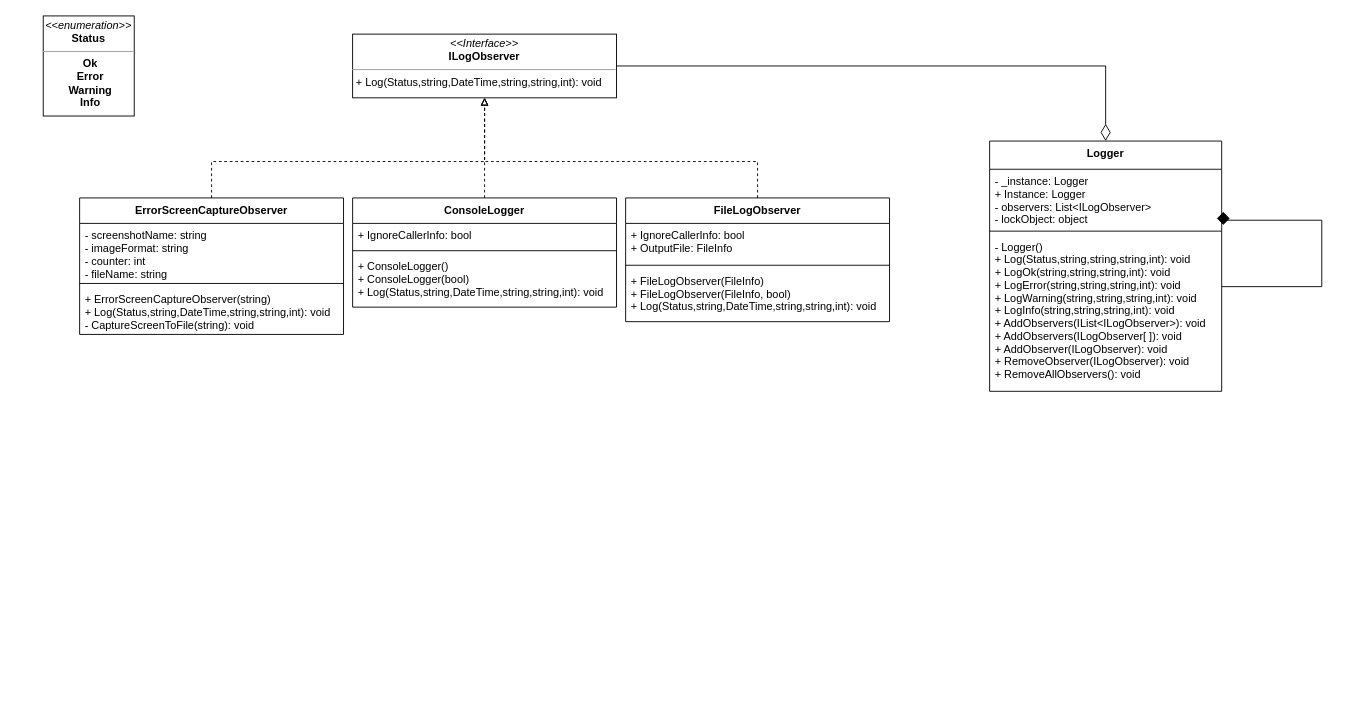
Radu-Lucian/DesignPatterns keeps this draw.io diagram as Diagram/diagram.drawio. Above is the earlier version. Source tidied: cells renumbered, new cells numbered last; positions are measured from the earlier drawing's top-left corner, leaving out a move shared by most shapes. Both pictures are drawn from the tidied source at 91%, with x=0, y=0 at pixel (43, 15).
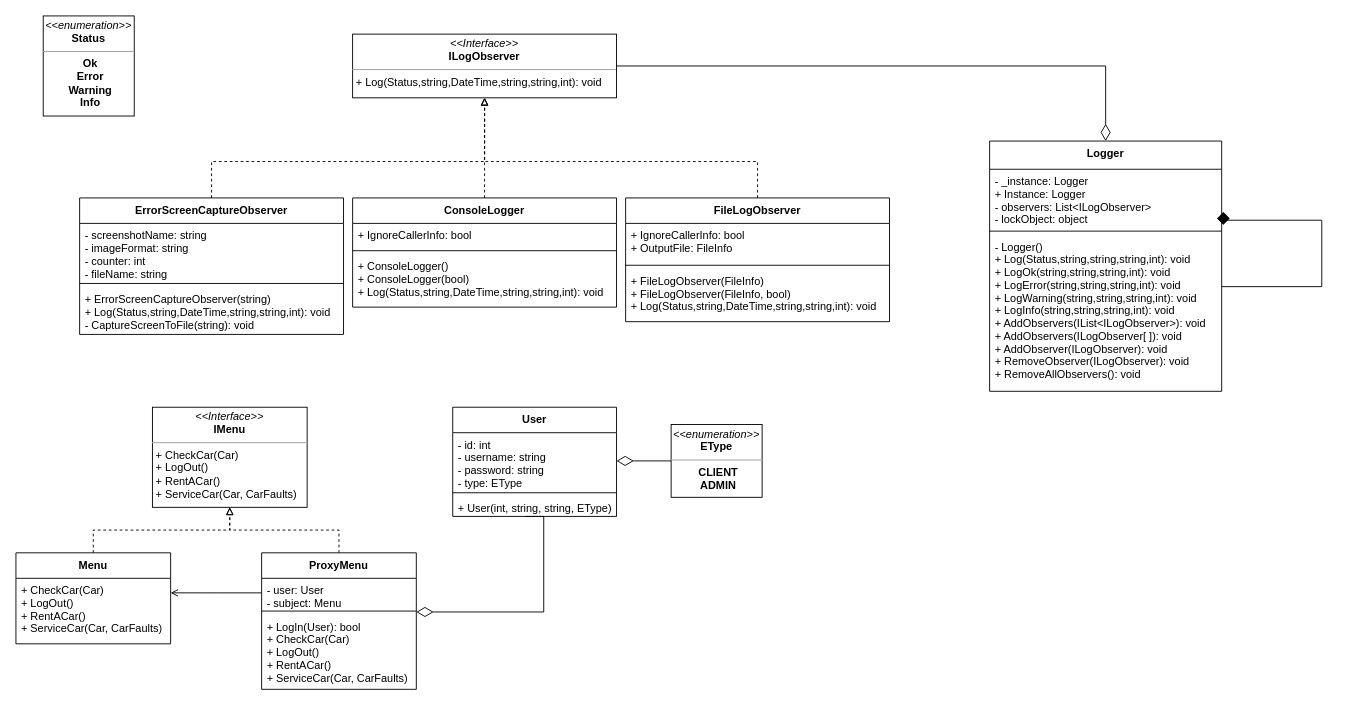
Above is the later version.

Commit message (it also covers changes not shown here):
Added proxy Menu, updated the diagram and created User, Car and CarFaults classes

Diff of the diagram source:
```diff
@@
+    <mxCell id="25" style="edgeStyle=orthogonalEdgeStyle;rounded=0;jettySize=auto;html=1;exitX=0.5;exitY=0;exitDx=0;exitDy=0;entryX=0.5;entryY=1;entryDx=0;entryDy=0;dashed=1;endArrow=block;endFill=0;" parent="1" edge="1" source="29" target="27">
+      <mxGeometry relative="1" as="geometry" />
+    </mxCell>
+    <mxCell id="26" style="edgeStyle=orthogonalEdgeStyle;rounded=0;jettySize=auto;html=1;entryX=0.5;entryY=1;entryDx=0;entryDy=0;dashed=1;endArrow=block;endFill=0;exitX=0.5;exitY=0;exitDx=0;exitDy=0;" parent="1" edge="1" source="31" target="27">
+      <mxGeometry relative="1" as="geometry" />
+    </mxCell>
+    <mxCell id="27" value="&lt;p style=&quot;margin: 0px ; margin-top: 4px ; text-align: center&quot;&gt;&lt;i&gt;&amp;lt;&amp;lt;Interface&amp;gt;&amp;gt;&lt;/i&gt;&lt;br&gt;&lt;b&gt;IMenu&lt;/b&gt;&lt;/p&gt;&lt;hr size=&quot;1&quot;&gt;&lt;p style=&quot;margin: 0px ; margin-left: 4px&quot;&gt;+ CheckCar(Car)&lt;br style=&quot;padding: 0px ; margin: 0px&quot;&gt;+ LogOut()&amp;nbsp;&lt;br style=&quot;padding: 0px ; margin: 0px&quot;&gt;+ RentACar()&lt;br style=&quot;padding: 0px ; margin: 0px&quot;&gt;+ ServiceCar(Car, CarFaults)&lt;br&gt;&lt;/p&gt;" style="verticalAlign=top;align=left;overflow=fill;fontSize=12;fontFamily=Helvetica;html=1;strokeColor=#000000;" parent="1" vertex="1">
+      <mxGeometry x="120" y="430" width="170" height="110" as="geometry" />
+    </mxCell>
+    <mxCell id="28" style="edgeStyle=orthogonalEdgeStyle;rounded=0;jettySize=auto;html=1;exitX=0;exitY=0.5;exitDx=0;exitDy=0;entryX=1;entryY=0.222;entryDx=0;entryDy=0;entryPerimeter=0;endArrow=open;endFill=0;" parent="1" edge="1" source="32" target="30">
+      <mxGeometry relative="1" as="geometry">
+        <Array as="points">
+          <mxPoint x="190" y="634" />
+          <mxPoint x="190" y="634" />
+        </Array>
+      </mxGeometry>
+    </mxCell>
+    <mxCell id="29" value="Menu" style="swimlane;fontStyle=1;align=center;verticalAlign=top;horizontal=1;startSize=28;strokeColor=#000000;" parent="1" vertex="1">
+      <mxGeometry x="-30" y="590" width="170" height="100" as="geometry" />
+    </mxCell>
+    <mxCell id="30" value="+ CheckCar(Car)&#10;+ LogOut() &#10;+ RentACar()&#10;+ ServiceCar(Car, CarFaults)" style="text;strokeColor=none;fillColor=none;align=left;verticalAlign=top;spacingLeft=4;spacingRight=4;overflow=hidden;points=[[0,0.5],[1,0.5]];portConstraint=eastwest;" parent="29" vertex="1">
+      <mxGeometry y="28" width="170" height="72" as="geometry" />
+    </mxCell>
+    <mxCell id="31" value="ProxyMenu" style="swimlane;fontStyle=1;align=center;verticalAlign=top;horizontal=1;startSize=28;strokeColor=#000000;" parent="1" vertex="1">
+      <mxGeometry x="240" y="590" width="170" height="150" as="geometry" />
+    </mxCell>
+    <mxCell id="32" value="- user: User&#10;- subject: Menu" style="text;strokeColor=none;fillColor=none;align=left;verticalAlign=top;spacingLeft=4;spacingRight=4;overflow=hidden;points=[[0,0.5],[1,0.5]];portConstraint=eastwest;" parent="31" vertex="1">
+      <mxGeometry y="28" width="170" height="32" as="geometry" />
+    </mxCell>
+    <mxCell id="33" style="line;strokeWidth=1;fillColor=none;align=left;verticalAlign=middle;spacingTop=-1;spacingLeft=3;spacingRight=3;labelPosition=right;" parent="31" vertex="1">
+      <mxGeometry y="60" width="170" height="8" as="geometry" />
+    </mxCell>
+    <mxCell id="34" value="+ LogIn(User): bool&#10;+ CheckCar(Car)&#10;+ LogOut() &#10;+ RentACar()&#10;+ ServiceCar(Car, CarFaults)" style="text;strokeColor=none;fillColor=none;align=left;verticalAlign=top;spacingLeft=4;spacingRight=4;overflow=hidden;" parent="31" vertex="1">
+      <mxGeometry y="68" width="170" height="82" as="geometry" />
+    </mxCell>
+    <mxCell id="35" style="edgeStyle=orthogonalEdgeStyle;rounded=0;jettySize=auto;html=1;endArrow=none;endFill=0;startArrow=diamondThin;startFill=0;startSize=16;endSize=16;entryX=0.443;entryY=1;entryDx=0;entryDy=0;entryPerimeter=0;" parent="1" edge="1" target="39">
+      <mxGeometry relative="1" as="geometry">
+        <mxPoint x="410" y="655" as="sourcePoint" />
+        <Array as="points">
+          <mxPoint x="550" y="655" />
+        </Array>
+      </mxGeometry>
+    </mxCell>
+    <mxCell id="36" value="User" style="swimlane;fontStyle=1;align=center;verticalAlign=top;horizontal=1;startSize=28;strokeColor=#000000;" parent="1" vertex="1">
+      <mxGeometry x="450" y="430" width="180" height="120" as="geometry" />
+    </mxCell>
+    <mxCell id="37" value="- id: int&#10;- username: string&#10;- password: string&#10;- type: EType" style="text;strokeColor=none;fillColor=none;align=left;verticalAlign=top;spacingLeft=4;spacingRight=4;overflow=hidden;points=[[0,0.5],[1,0.5]];portConstraint=eastwest;" parent="36" vertex="1">
+      <mxGeometry y="28" width="180" height="62" as="geometry" />
+    </mxCell>
+    <mxCell id="38" style="line;strokeWidth=1;fillColor=none;align=left;verticalAlign=middle;spacingTop=-1;spacingLeft=3;spacingRight=3;labelPosition=right;" parent="36" vertex="1">
+      <mxGeometry y="90" width="180" height="8" as="geometry" />
+    </mxCell>
+    <mxCell id="39" value="+ User(int, string, string, EType)" style="text;strokeColor=none;fillColor=none;align=left;verticalAlign=top;spacingLeft=4;spacingRight=4;overflow=hidden;points=[[0,0.5],[1,0.5]];portConstraint=eastwest;" parent="36" vertex="1">
+      <mxGeometry y="98" width="180" height="22" as="geometry" />
+    </mxCell>
+    <mxCell id="40" value="&lt;p style=&quot;margin: 0px ; margin-top: 4px ; text-align: center&quot;&gt;&lt;i&gt;&amp;lt;&amp;lt;enumeration&amp;gt;&amp;gt;&lt;/i&gt;&lt;br&gt;&lt;b&gt;EType&lt;/b&gt;&lt;/p&gt;&lt;hr size=&quot;1&quot;&gt;&lt;p style=&quot;margin: 0px ; margin-left: 4px&quot; align=&quot;center&quot;&gt;&lt;b&gt;CLIENT&lt;/b&gt;&lt;/p&gt;&lt;p style=&quot;margin: 0px ; margin-left: 4px&quot; align=&quot;center&quot;&gt;&lt;b&gt;ADMIN&lt;/b&gt;&lt;/p&gt;" style="verticalAlign=top;align=left;overflow=fill;fontSize=12;fontFamily=Helvetica;html=1;strokeColor=#000000;" parent="1" vertex="1">
+      <mxGeometry x="690" y="449" width="100" height="80" as="geometry" />
+    </mxCell>
+    <mxCell id="41" style="edgeStyle=orthogonalEdgeStyle;rounded=0;jettySize=auto;html=1;endArrow=none;endFill=0;startArrow=diamondThin;startFill=0;startSize=16;endSize=16;exitX=1;exitY=0.5;exitDx=0;exitDy=0;entryX=0;entryY=0.5;entryDx=0;entryDy=0;" parent="1" edge="1" source="37" target="40">
+      <mxGeometry relative="1" as="geometry" />
+    </mxCell>
```
